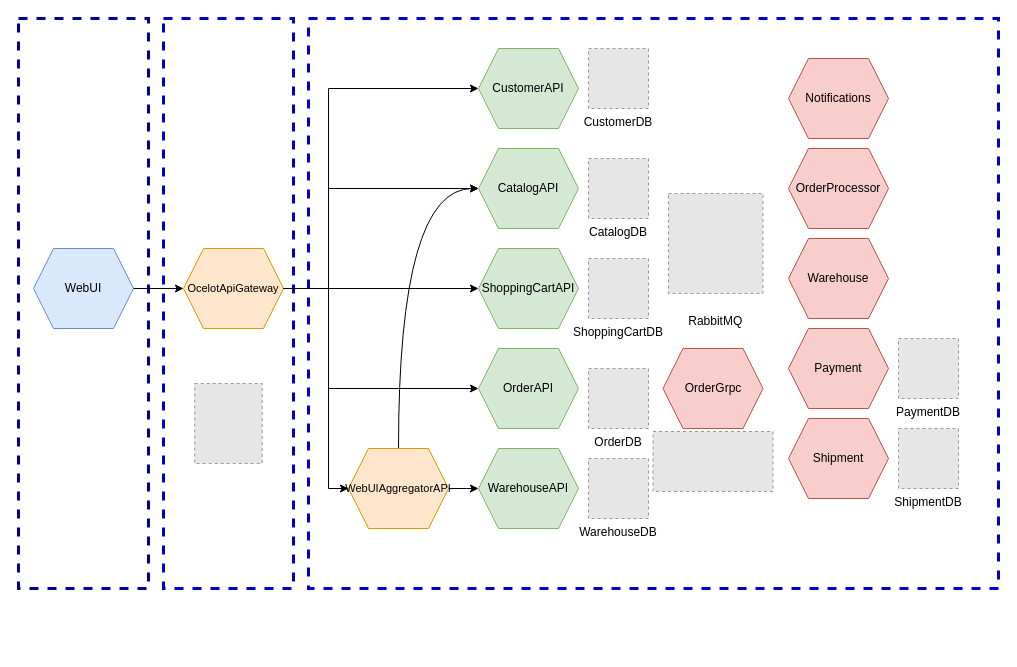
This is page "architecture" (2 of 13) of docs/DotNetRabbitMQIntegration.drawio from ivanenkomaksym/dotnet-messagebroker-demo, a draw.io file, before an edit. Source tidied: cells renumbered, new cells numbered last; positions are measured from the earlier drawing's top-left corner, leaving out a move shared by most shapes. Both pictures are drawn from the tidied source at 100%, with x=0, y=0 at pixel (18, 18). Pictures stored in the file or linked from it are replaced by grey dashed boxes.
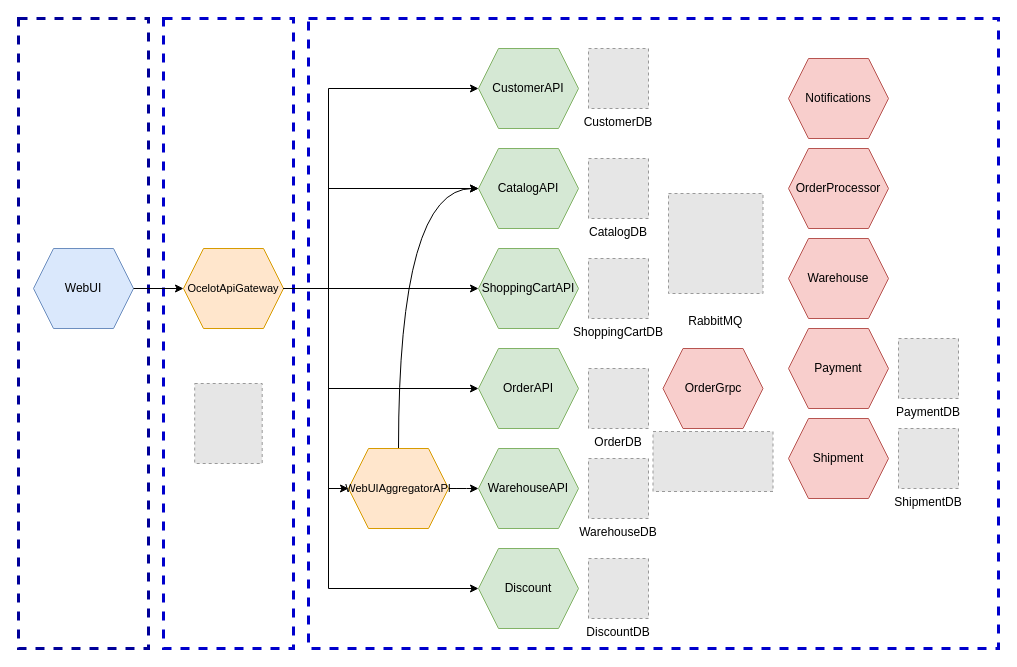
The same diagram, later.

Commit message (it also covers changes not shown here):
Include Discount microservice in docs.

The change refers to these unchanged cells:
```xml
<mxCell id="8" value="OcelotApiGateway" style="shape=hexagon;perimeter=hexagonPerimeter2;whiteSpace=wrap;html=1;fixedSize=1;fontSize=11;fillColor=#ffe6cc;strokeColor=#d79b00;" parent="1" vertex="1">
  <mxGeometry x="165" y="230" width="100" height="80" as="geometry" />
</mxCell>
```

Diff of the diagram source:
```diff
@@
     <mxCell id="2" style="rounded=0;whiteSpace=wrap;html=1;dashed=1;strokeWidth=3;strokeColor=#0000CC;" parent="1" vertex="1">
-      <mxGeometry x="290" width="690" height="570" as="geometry" />
+      <mxGeometry x="290" width="690" height="630" as="geometry" />
     </mxCell>
     <mxCell id="3" style="rounded=0;whiteSpace=wrap;html=1;dashed=1;strokeWidth=3;strokeColor=#000099;" parent="1" vertex="1">
-      <mxGeometry width="130" height="570" as="geometry" />
+      <mxGeometry width="130" height="630" as="geometry" />
     </mxCell>
@@
     <mxCell id="6" style="rounded=0;whiteSpace=wrap;html=1;dashed=1;strokeWidth=3;strokeColor=#0000CC;" parent="1" vertex="1">
-      <mxGeometry x="145" width="130" height="570" as="geometry" />
+      <mxGeometry x="145" width="130" height="630" as="geometry" />
     </mxCell>
@@
+    <mxCell id="37" style="edgeStyle=orthogonalEdgeStyle;rounded=0;jettySize=auto;html=1;entryX=0;entryY=0.5;entryDx=0;entryDy=0;" parent="1" edge="1" source="8" target="38">
+      <mxGeometry relative="1" as="geometry">
+        <Array as="points">
+          <mxPoint x="310" y="270" />
+          <mxPoint x="310" y="570" />
+        </Array>
+      </mxGeometry>
+    </mxCell>
@@
+    <mxCell id="38" value="Discount" style="shape=hexagon;perimeter=hexagonPerimeter2;whiteSpace=wrap;html=1;fixedSize=1;fillColor=#d5e8d4;strokeColor=#82b366;" parent="1" vertex="1">
+      <mxGeometry x="460" y="530" width="100" height="80" as="geometry" />
+    </mxCell>
+    <mxCell id="39" value="DiscountDB" style="fillColor=#E6E6E6;strokeColor=#999999;dashed=1;verticalLabelPosition=bottom;labelBackgroundColor=#ffffff;verticalAlign=top;" parent="1" vertex="1">
+      <mxGeometry x="570" y="540" width="60" height="60" as="geometry" />
+    </mxCell>
```
